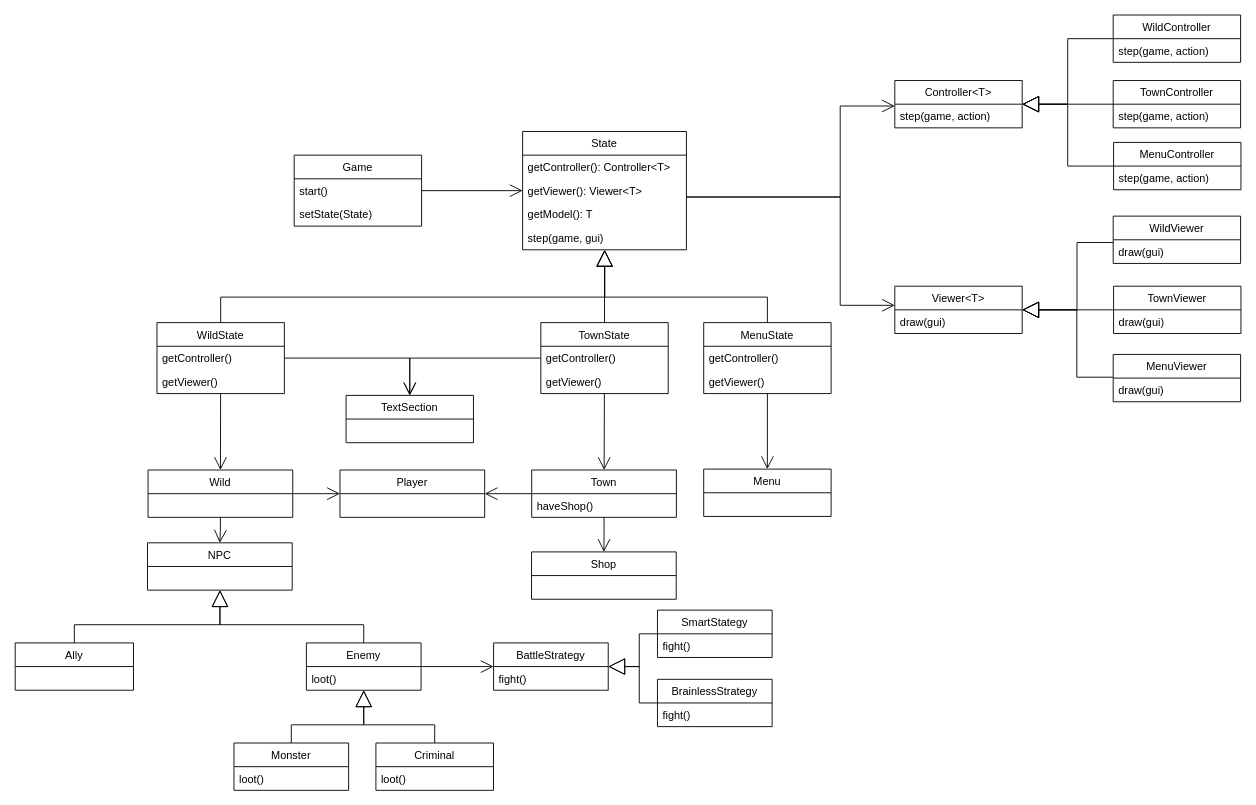
The draw.io diagram docs/uml/UML.drawio in sirkotal/Gradle-Knights, before the edit. Source tidied: cells renumbered, new cells numbered last; positions are measured from the earlier drawing's top-left corner, leaving out a move shared by most shapes. Both pictures are drawn from the tidied source at 91%, with x=0, y=0 at pixel (15, 15).
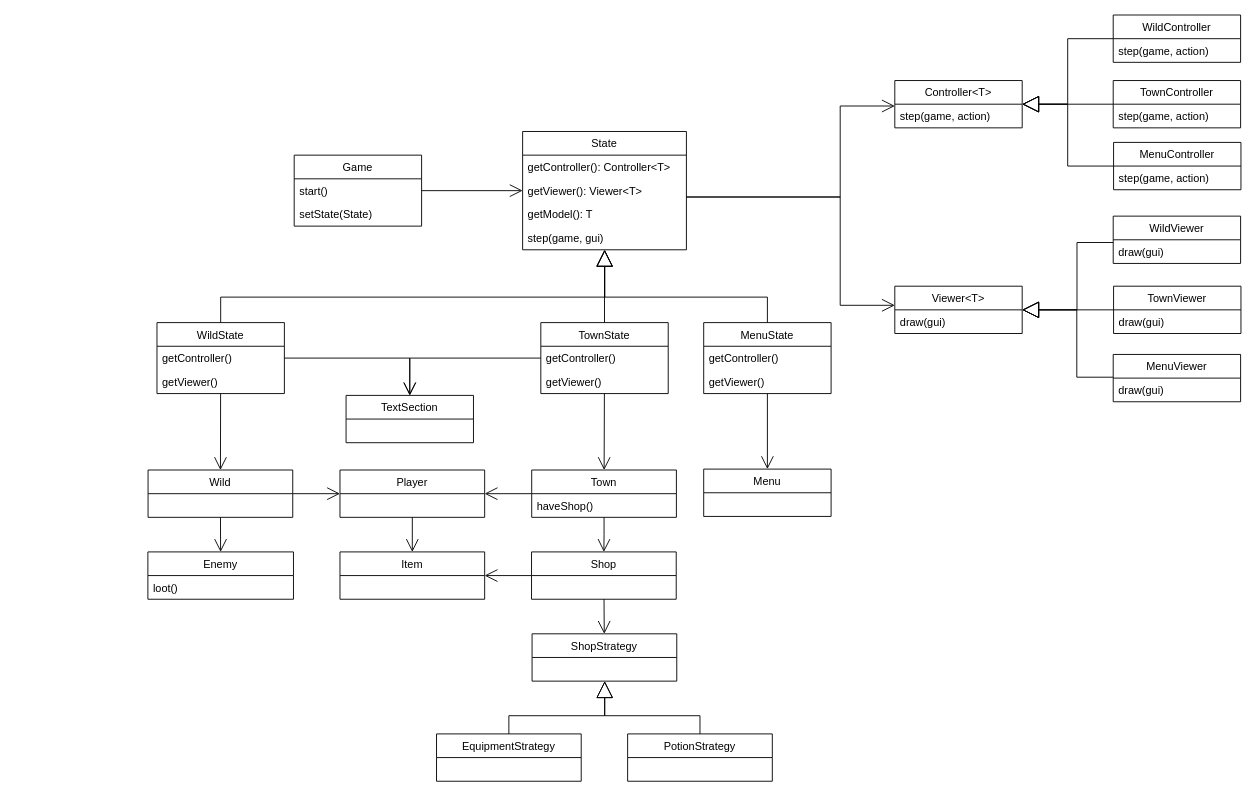
The same page after the edit.

Commit message:
Changed wild and added item to player and shop

Unchanged cells that the change refers to:
```xml
<mxCell id="27" value="Wild" style="swimlane;fontStyle=0;horizontal=1;startSize=26;fillColor=none;" parent="1" vertex="1">
  <mxGeometry x="146.2" y="500" width="159" height="52" as="geometry" />
</mxCell>
<mxCell id="41" value="Player" style="swimlane;fontStyle=0;horizontal=1;startSize=26;fillColor=none;" parent="1" vertex="1">
  <mxGeometry x="357.1" y="500" width="159" height="52" as="geometry" />
</mxCell>
<mxCell id="42" value="Shop" style="swimlane;fontStyle=0;horizontal=1;startSize=26;fillColor=none;" parent="1" vertex="1">
  <mxGeometry x="567.6" y="590" width="159" height="52" as="geometry" />
</mxCell>
```

The edit, as a diff of the source:
```diff
@@
-    <mxCell id="44" value="NPC" style="swimlane;fontStyle=0;horizontal=1;startSize=26;fillColor=none;" parent="1" vertex="1">
-      <mxGeometry x="145.6" y="580" width="159" height="52" as="geometry" />
-    </mxCell>
-    <mxCell id="45" value="Monster" style="swimlane;fontStyle=0;horizontal=1;startSize=26;fillColor=none;" parent="1" vertex="1">
-      <mxGeometry x="240.6" y="800" width="126" height="52" as="geometry" />
-    </mxCell>
-    <mxCell id="46" value="loot()" style="text;strokeColor=none;fillColor=none;align=left;verticalAlign=top;spacingLeft=4;spacingRight=4;overflow=hidden;" parent="45" vertex="1">
-      <mxGeometry y="26" width="126" height="26" as="geometry" />
-    </mxCell>
-    <mxCell id="47" value="Criminal" style="swimlane;fontStyle=0;horizontal=1;startSize=26;fillColor=none;" parent="1" vertex="1">
-      <mxGeometry x="396.6" y="800" width="129.2" height="52" as="geometry" />
-    </mxCell>
-    <mxCell id="48" value="loot()" style="text;strokeColor=none;fillColor=none;align=left;verticalAlign=top;spacingLeft=4;spacingRight=4;overflow=hidden;" parent="47" vertex="1">
-      <mxGeometry y="26" width="129.2" height="26" as="geometry" />
-    </mxCell>
-    <mxCell id="49" value="Ally" style="swimlane;fontStyle=0;horizontal=1;startSize=26;fillColor=none;" parent="1" vertex="1">
-      <mxGeometry x="0.2" y="690" width="130" height="52" as="geometry" />
-    </mxCell>
@@
-    <mxCell id="51" style="endArrow=open;endFill=1;endSize=12;html=1;rounded=0;edgeStyle=orthogonalEdgeStyle;" parent="1" edge="1" source="27" target="44">
+    <mxCell id="51" style="endArrow=open;endFill=1;endSize=12;html=1;rounded=0;" parent="1" edge="1" source="27" target="54">
       <mxGeometry relative="1" as="geometry" />
     </mxCell>
@@
-    <mxCell id="53" style="endArrow=block;endSize=16;endFill=0;html=1;rounded=0;edgeStyle=orthogonalEdgeStyle;" parent="1" edge="1" source="49" target="44">
-      <mxGeometry x="-0.38" y="-80" relative="1" as="geometry">
-        <Array as="points">
-          <mxPoint x="65.2" y="670" />
-          <mxPoint x="225.2" y="670" />
-        </Array>
-      </mxGeometry>
-    </mxCell>
     <mxCell id="54" value="Enemy" style="swimlane;fontStyle=0;horizontal=1;startSize=26;fillColor=none;" parent="1" vertex="1">
-      <mxGeometry x="320.2" y="690" width="126" height="52" as="geometry" />
+      <mxGeometry x="146" y="590" width="160" height="52" as="geometry" />
     </mxCell>
     <mxCell id="55" value="loot()" style="text;strokeColor=none;fillColor=none;align=left;verticalAlign=top;spacingLeft=4;spacingRight=4;overflow=hidden;" parent="54" vertex="1">
-      <mxGeometry y="26" width="126" height="26" as="geometry" />
+      <mxGeometry y="26" width="160" height="26" as="geometry" />
     </mxCell>
-    <mxCell id="56" style="endArrow=block;endSize=16;endFill=0;html=1;rounded=0;edgeStyle=orthogonalEdgeStyle;" parent="1" edge="1" source="54" target="44">
-      <mxGeometry x="-0.38" y="-80" relative="1" as="geometry">
-        <Array as="points">
-          <mxPoint x="383.2" y="670" />
-          <mxPoint x="225.2" y="670" />
-        </Array>
-      </mxGeometry>
-    </mxCell>
-    <mxCell id="57" style="endArrow=block;endSize=16;endFill=0;html=1;rounded=0;edgeStyle=orthogonalEdgeStyle;" parent="1" edge="1" source="45" target="54">
-      <mxGeometry x="-0.38" y="-80" relative="1" as="geometry">
-        <Array as="points">
-          <mxPoint x="303.2" y="780" />
-          <mxPoint x="383.2" y="780" />
-        </Array>
-      </mxGeometry>
-    </mxCell>
-    <mxCell id="58" style="endArrow=block;endSize=16;endFill=0;html=1;rounded=0;edgeStyle=orthogonalEdgeStyle;" parent="1" edge="1" source="47" target="54">
-      <mxGeometry x="-0.38" y="-80" relative="1" as="geometry">
-        <Array as="points">
-          <mxPoint x="461.2" y="780" />
-          <mxPoint x="383.2" y="780" />
-        </Array>
-      </mxGeometry>
-    </mxCell>
@@
-    <mxCell id="75" value="BattleStrategy" style="swimlane;fontStyle=0;horizontal=1;startSize=26;fillColor=none;" parent="1" vertex="1">
-      <mxGeometry x="525.9" y="690" width="126" height="52" as="geometry" />
-    </mxCell>
-    <mxCell id="76" value="fight()" style="text;strokeColor=none;fillColor=none;align=left;verticalAlign=top;spacingLeft=4;spacingRight=4;overflow=hidden;" parent="75" vertex="1">
-      <mxGeometry y="26" width="126" height="26" as="geometry" />
-    </mxCell>
-    <mxCell id="77" style="endArrow=open;endFill=1;endSize=12;html=1;rounded=0;" parent="1" edge="1" source="54" target="75">
-      <mxGeometry relative="1" as="geometry" />
-    </mxCell>
-    <mxCell id="78" value="SmartStategy" style="swimlane;fontStyle=0;horizontal=1;startSize=26;fillColor=none;" parent="1" vertex="1">
-      <mxGeometry x="706" y="654" width="126" height="52" as="geometry" />
-    </mxCell>
-    <mxCell id="79" value="fight()" style="text;strokeColor=none;fillColor=none;align=left;verticalAlign=top;spacingLeft=4;spacingRight=4;overflow=hidden;" parent="78" vertex="1">
-      <mxGeometry y="26" width="126" height="26" as="geometry" />
-    </mxCell>
-    <mxCell id="80" value="BrainlessStrategy" style="swimlane;fontStyle=0;horizontal=1;startSize=26;fillColor=none;" parent="1" vertex="1">
-      <mxGeometry x="706" y="730" width="126" height="52" as="geometry" />
-    </mxCell>
-    <mxCell id="81" value="fight()" style="text;strokeColor=none;fillColor=none;align=left;verticalAlign=top;spacingLeft=4;spacingRight=4;overflow=hidden;" parent="80" vertex="1">
-      <mxGeometry y="26" width="126" height="26" as="geometry" />
-    </mxCell>
-    <mxCell id="82" style="endArrow=block;endSize=16;endFill=0;html=1;rounded=0;edgeStyle=orthogonalEdgeStyle;" parent="1" edge="1" source="78" target="75">
-      <mxGeometry x="-0.38" y="-80" relative="1" as="geometry">
-        <Array as="points">
-          <mxPoint x="686" y="680" />
-          <mxPoint x="686" y="716" />
-        </Array>
-      </mxGeometry>
-    </mxCell>
-    <mxCell id="83" style="endArrow=block;endSize=16;endFill=0;html=1;rounded=0;edgeStyle=orthogonalEdgeStyle;" parent="1" edge="1" source="80" target="75">
-      <mxGeometry x="-0.38" y="-80" relative="1" as="geometry">
-        <Array as="points">
-          <mxPoint x="686" y="756" />
-          <mxPoint x="686" y="716" />
-        </Array>
-      </mxGeometry>
-    </mxCell>
+    <mxCell id="84" value="ShopStrategy" style="swimlane;fontStyle=0;horizontal=1;startSize=26;fillColor=none;" parent="1" vertex="1">
+      <mxGeometry x="568.2" y="680" width="159" height="52" as="geometry" />
+    </mxCell>
+    <mxCell id="85" style="endArrow=open;endFill=1;endSize=12;html=1;rounded=0;" parent="1" edge="1" source="42" target="84">
+      <mxGeometry relative="1" as="geometry" />
+    </mxCell>
+    <mxCell id="86" value="EquipmentStrategy" style="swimlane;fontStyle=0;horizontal=1;startSize=26;fillColor=none;" parent="1" vertex="1">
+      <mxGeometry x="463.2" y="790" width="159" height="52" as="geometry" />
+    </mxCell>
+    <mxCell id="87" value="PotionStrategy" style="swimlane;fontStyle=0;horizontal=1;startSize=26;fillColor=none;" parent="1" vertex="1">
+      <mxGeometry x="673.2" y="790" width="159" height="52" as="geometry" />
+    </mxCell>
+    <mxCell id="88" style="endArrow=block;endSize=16;endFill=0;html=1;rounded=0;edgeStyle=orthogonalEdgeStyle;" parent="1" edge="1" source="86" target="84">
+      <mxGeometry x="-0.03" y="-20" relative="1" as="geometry">
+        <Array as="points">
+          <mxPoint x="543" y="770" />
+          <mxPoint x="648" y="770" />
+        </Array>
+      </mxGeometry>
+    </mxCell>
+    <mxCell id="89" style="endArrow=block;endSize=16;endFill=0;html=1;rounded=0;edgeStyle=orthogonalEdgeStyle;" parent="1" edge="1" source="87" target="84">
+      <mxGeometry x="-0.03" y="-20" relative="1" as="geometry">
+        <Array as="points">
+          <mxPoint x="753" y="770" />
+          <mxPoint x="648" y="770" />
+        </Array>
+      </mxGeometry>
+    </mxCell>
+    <mxCell id="90" value="Item" style="swimlane;fontStyle=0;horizontal=1;startSize=26;fillColor=none;" parent="1" vertex="1">
+      <mxGeometry x="357.1" y="590" width="159" height="52" as="geometry" />
+    </mxCell>
+    <mxCell id="91" style="endArrow=open;endFill=1;endSize=12;html=1;rounded=0;" parent="1" edge="1" source="41" target="90">
+      <mxGeometry relative="1" as="geometry" />
+    </mxCell>
+    <mxCell id="92" style="endArrow=open;endFill=1;endSize=12;html=1;rounded=0;" parent="1" edge="1" source="42" target="90">
+      <mxGeometry relative="1" as="geometry" />
+    </mxCell>
```
